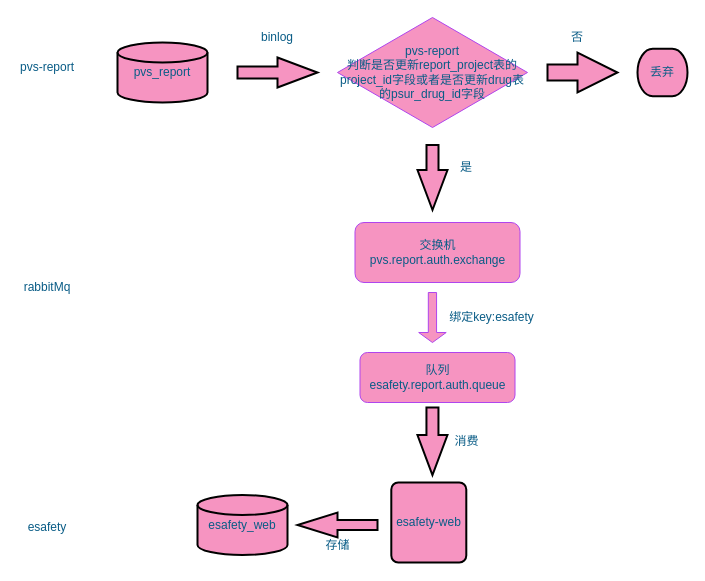
Before: page "第 2 页" (2 of 2) of 权限.drawio in wangjunling/draw, a draw.io diagram. Source tidied: cells renumbered, new cells numbered last; positions are measured from the earlier drawing's top-left corner, leaving out a move shared by most shapes. Both pictures are drawn from the tidied source at 100%, with x=0, y=0 at pixel (17, 17).
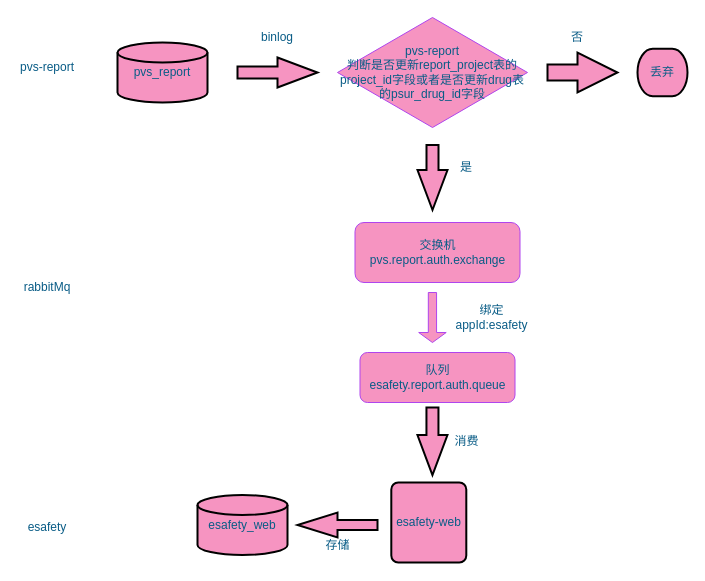
The same page after the edit.

Change to the diagram source:
```diff
@@
-    <mxCell id="15" value="绑定key:esafety" style="text;html=1;strokeColor=none;fillColor=none;align=center;verticalAlign=middle;whiteSpace=wrap;rounded=0;sketch=0;fontColor=#095C86;" parent="1" vertex="1">
+    <mxCell id="15" value="绑定appId:esafety" style="text;html=1;strokeColor=none;fillColor=none;align=center;verticalAlign=middle;whiteSpace=wrap;rounded=0;sketch=0;fontColor=#095C86;" parent="1" vertex="1">
       <mxGeometry x="428.8" y="285" width="91.2" height="30" as="geometry" />
     </mxCell>
```
